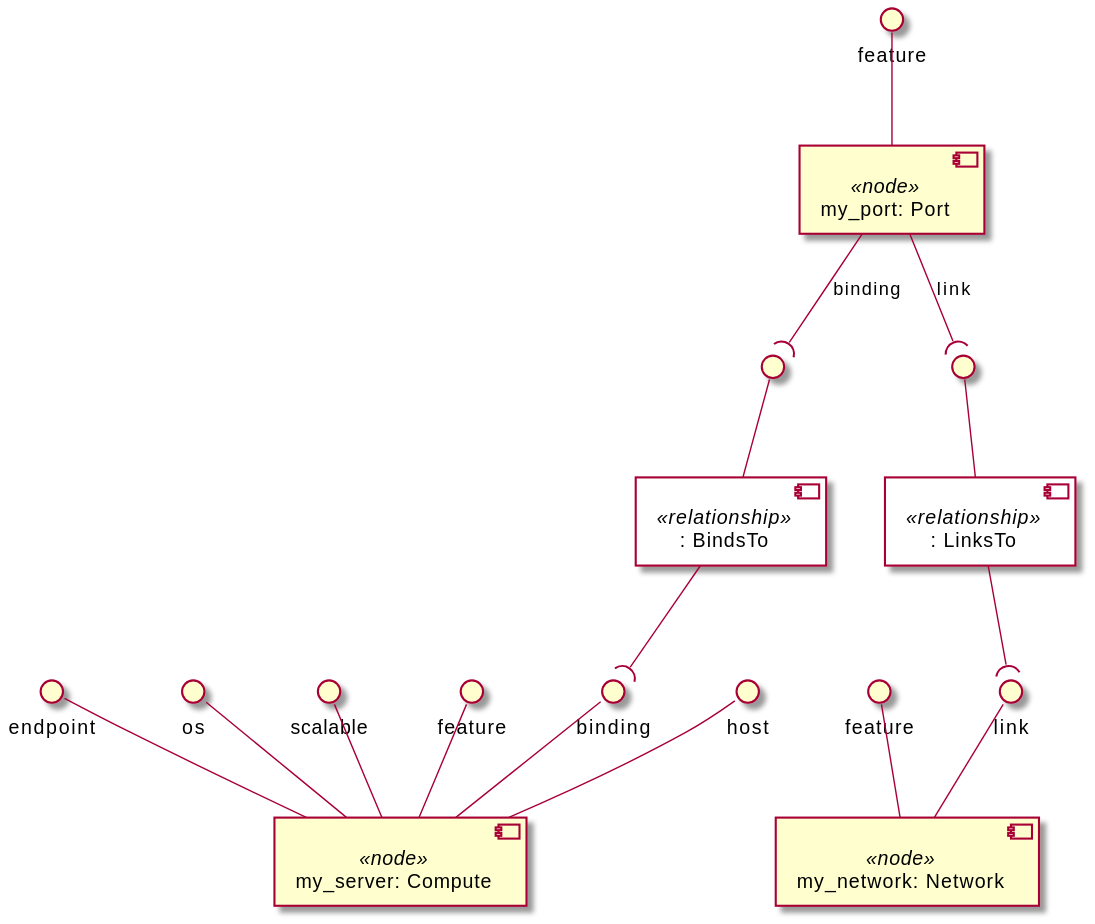
The PlantUML diagram examples/ariatosca/diagrams/uml2/network-2-1.0-uml2-component-diagram2.svg in Orange-OpenSource/Cloudnet-TOSCA-toolbox, before a commit.
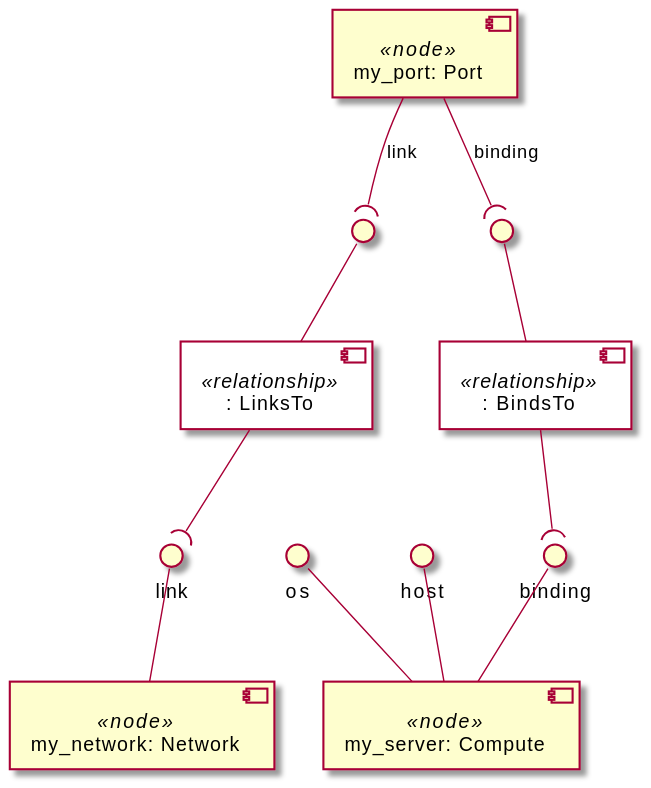
The same file after the commit.

The edit, as a diff of the source:
```diff
@@ -5,28 +5,18 @@
 }
 
 component "my_server: Compute" <<node>> as node_my_server
-interface "feature" as node_my_server_feature
-node_my_server_feature -- node_my_server
+interface "binding" as node_my_server_binding
+node_my_server_binding -- node_my_server
+interface "os" as node_my_server_os
+node_my_server_os -- node_my_server
 interface "host" as node_my_server_host
 node_my_server_host -- node_my_server
-interface "endpoint" as node_my_server_endpoint
-node_my_server_endpoint -- node_my_server
-interface "os" as node_my_server_os
-node_my_server_os -- node_my_server
-interface "scalable" as node_my_server_scalable
-node_my_server_scalable -- node_my_server
-interface "binding" as node_my_server_binding
-node_my_server_binding -- node_my_server
 
 component "my_network: Network" <<node>> as node_my_network
-interface "feature" as node_my_network_feature
-node_my_network_feature -- node_my_network
 interface "link" as node_my_network_link
 node_my_network_link -- node_my_network
 
 component "my_port: Port" <<node>> as node_my_port
-interface "feature" as node_my_port_feature
-node_my_port_feature -- node_my_port
 component ": BindsTo" <<relationship>> as node_my_port_binding_relationship0
 interface " " as node_my_port_binding_relationship0_source
 node_my_port_binding_relationship0_source -- node_my_port_binding_relationship0
```
